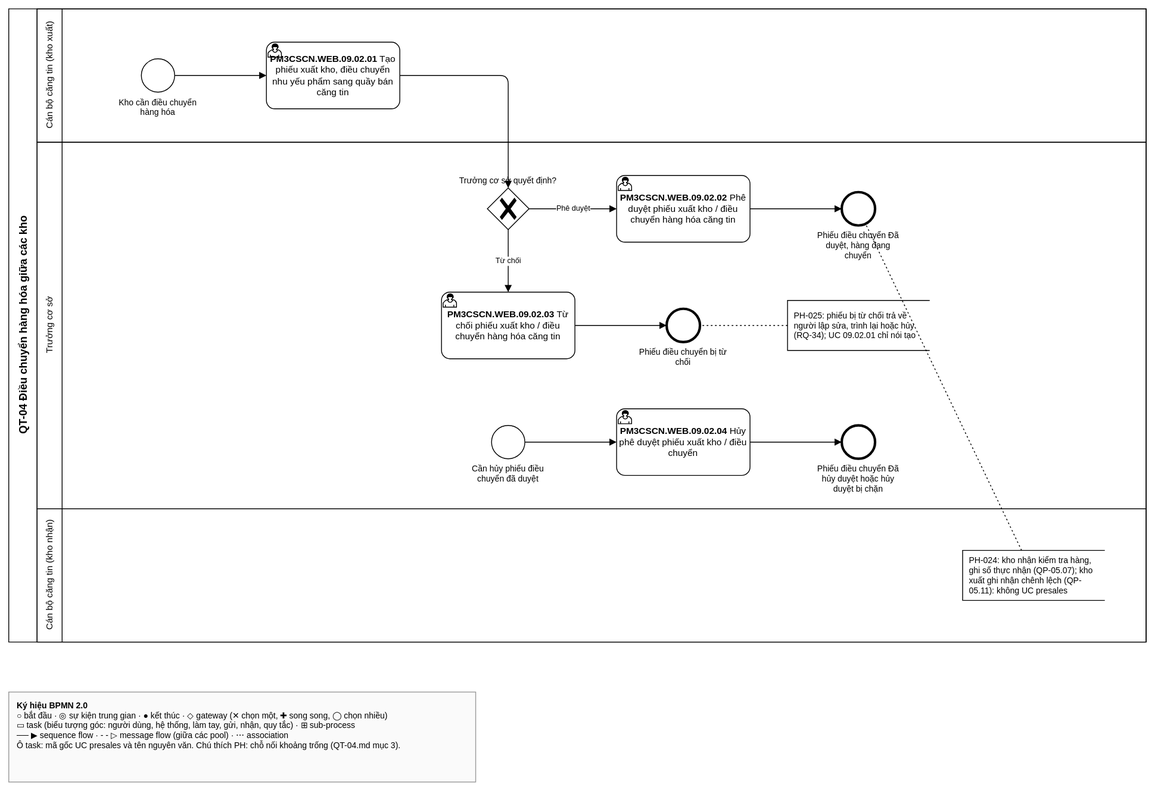
Before: 1-ba-init/0-dau-vao/ban-do-quy-trinh/cap-2/QT-04-dieu-chuyen-kho/QT-04.drawio.svg, a diagram exported from draw.io (phongnq12/StudyPM3). Source tidied: cells renumbered, new cells last; positions are measured from the earlier drawing's top-left corner, leaving out a move shared by most shapes. The source it was exported from:
```xml
<mxGraphModel>
  <root>
    <mxCell id="0" />
    <mxCell id="1" parent="0" />
    <mxCell id="2" value="QT-04 Điều chuyển hàng hóa giữa các kho" style="swimlane;html=1;horizontal=0;startSize=34;fillColor=none;fontSize=13;fontStyle=1;bpmn=pool;" parent="1" vertex="1">
      <mxGeometry width="1364" height="760" as="geometry" />
    </mxCell>
    <mxCell id="3" value="Cán bộ căng tin (kho xuất)" style="swimlane;html=1;horizontal=0;startSize=30;fillColor=none;fontSize=11;fontStyle=0;bpmn=lane;" parent="2" vertex="1">
      <mxGeometry x="34" width="1330" height="160" as="geometry" />
    </mxCell>
    <mxCell id="4" value="Kho cần điều chuyển hàng hóa" style="shape=mxgraph.bpmn.event;html=1;verticalLabelPosition=bottom;verticalAlign=top;align=center;whiteSpace=wrap;perimeter=ellipsePerimeter;outlineConnect=0;fontSize=10;labelWidth=110;outline=standard;symbol=general;bpmn=start:none:;" parent="3" vertex="1">
      <mxGeometry x="125" y="60" width="40" height="40" as="geometry" />
    </mxCell>
    <mxCell id="5" value="&lt;b&gt;PM3CSCN.WEB.09.02.01&lt;/b&gt; Tạo phiếu xuất kho, điều chuyển nhu yếu phẩm sang quầy bán căng tin" style="shape=mxgraph.bpmn.task;whiteSpace=wrap;html=1;rectStyle=rounded;size=10;fontSize=11;verticalAlign=middle;fillColor=#ffffff;strokeColor=#000000;taskMarker=user;bpmn=task:user;" parent="3" vertex="1">
      <mxGeometry x="275" y="40" width="160" height="80" as="geometry" />
    </mxCell>
    <mxCell id="6" value="Trưởng cơ sở" style="swimlane;html=1;horizontal=0;startSize=30;fillColor=none;fontSize=11;fontStyle=0;bpmn=lane;" parent="2" vertex="1">
      <mxGeometry x="34" y="160" width="1330" height="440" as="geometry" />
    </mxCell>
    <mxCell id="7" value="Trưởng cơ sở quyết định?" style="shape=mxgraph.bpmn.gateway2;html=1;verticalLabelPosition=top;verticalAlign=bottom;align=center;whiteSpace=wrap;perimeter=rhombusPerimeter;outlineConnect=0;fontSize=10;labelWidth=130;outline=none;symbol=none;gwType=exclusive;bpmn=gateway:xor;" parent="6" vertex="1">
      <mxGeometry x="540" y="55" width="50" height="50" as="geometry" />
    </mxCell>
    <mxCell id="8" value="&lt;b&gt;PM3CSCN.WEB.09.02.02&lt;/b&gt; Phê duyệt phiếu xuất kho / điều chuyển hàng hóa căng tin" style="shape=mxgraph.bpmn.task;whiteSpace=wrap;html=1;rectStyle=rounded;size=10;fontSize=11;verticalAlign=middle;fillColor=#ffffff;strokeColor=#000000;taskMarker=user;bpmn=task:user;" parent="6" vertex="1">
      <mxGeometry x="695" y="40" width="160" height="80" as="geometry" />
    </mxCell>
    <mxCell id="9" value="Phiếu điều chuyển Đã duyệt, hàng đang chuyển" style="shape=mxgraph.bpmn.event;html=1;verticalLabelPosition=bottom;verticalAlign=top;align=center;whiteSpace=wrap;perimeter=ellipsePerimeter;outlineConnect=0;fontSize=10;labelWidth=110;outline=end;symbol=general;bpmn=end:none:;" parent="6" vertex="1">
      <mxGeometry x="965" y="60" width="40" height="40" as="geometry" />
    </mxCell>
    <mxCell id="10" value="&lt;b&gt;PM3CSCN.WEB.09.02.03&lt;/b&gt; Từ chối phiếu xuất kho / điều chuyển hàng hóa căng tin" style="shape=mxgraph.bpmn.task;whiteSpace=wrap;html=1;rectStyle=rounded;size=10;fontSize=11;verticalAlign=middle;fillColor=#ffffff;strokeColor=#000000;taskMarker=user;bpmn=task:user;" parent="6" vertex="1">
      <mxGeometry x="485" y="180" width="160" height="80" as="geometry" />
    </mxCell>
    <mxCell id="11" value="Phiếu điều chuyển bị từ chối" style="shape=mxgraph.bpmn.event;html=1;verticalLabelPosition=bottom;verticalAlign=top;align=center;whiteSpace=wrap;perimeter=ellipsePerimeter;outlineConnect=0;fontSize=10;labelWidth=110;outline=end;symbol=general;bpmn=end:none:;" parent="6" vertex="1">
      <mxGeometry x="755" y="200" width="40" height="40" as="geometry" />
    </mxCell>
    <mxCell id="12" value="Cần hủy phiếu điều chuyển đã duyệt" style="shape=mxgraph.bpmn.event;html=1;verticalLabelPosition=bottom;verticalAlign=top;align=center;whiteSpace=wrap;perimeter=ellipsePerimeter;outlineConnect=0;fontSize=10;labelWidth=110;outline=standard;symbol=general;bpmn=start:none:;" parent="6" vertex="1">
      <mxGeometry x="545" y="340" width="40" height="40" as="geometry" />
    </mxCell>
    <mxCell id="13" value="&lt;b&gt;PM3CSCN.WEB.09.02.04&lt;/b&gt; Hủy phê duyệt phiếu xuất kho / điều chuyển" style="shape=mxgraph.bpmn.task;whiteSpace=wrap;html=1;rectStyle=rounded;size=10;fontSize=11;verticalAlign=middle;fillColor=#ffffff;strokeColor=#000000;taskMarker=user;bpmn=task:user;" parent="6" vertex="1">
      <mxGeometry x="695" y="320" width="160" height="80" as="geometry" />
    </mxCell>
    <mxCell id="14" value="Phiếu điều chuyển Đã hủy duyệt hoặc hủy duyệt bị chặn" style="shape=mxgraph.bpmn.event;html=1;verticalLabelPosition=bottom;verticalAlign=top;align=center;whiteSpace=wrap;perimeter=ellipsePerimeter;outlineConnect=0;fontSize=10;labelWidth=110;outline=end;symbol=general;bpmn=end:none:;" parent="6" vertex="1">
      <mxGeometry x="965" y="340" width="40" height="40" as="geometry" />
    </mxCell>
    <mxCell id="15" value="PH-025: phiếu bị từ chối trả về người lập sửa, trình lại hoặc hủy (RQ-34); UC 09.02.01 chỉ nói tạo" style="shape=partialRectangle;html=1;top=1;left=1;bottom=1;right=0;fillColor=none;align=left;verticalAlign=middle;spacingLeft=6;whiteSpace=wrap;fontSize=10;bpmn=note;" parent="6" vertex="1">
      <mxGeometry x="900" y="190" width="170" height="60" as="geometry" />
    </mxCell>
    <mxCell id="16" value="Cán bộ căng tin (kho nhận)" style="swimlane;html=1;horizontal=0;startSize=30;fillColor=none;fontSize=11;fontStyle=0;bpmn=lane;" parent="2" vertex="1">
      <mxGeometry x="34" y="600" width="1330" height="160" as="geometry" />
    </mxCell>
    <mxCell id="17" value="PH-024: kho nhận kiểm tra hàng, ghi số thực nhận (QP-05.07); kho xuất ghi nhận chênh lệch (QP-05.11): không UC presales" style="shape=partialRectangle;html=1;top=1;left=1;bottom=1;right=0;fillColor=none;align=left;verticalAlign=middle;spacingLeft=6;whiteSpace=wrap;fontSize=10;bpmn=note;" parent="16" vertex="1">
      <mxGeometry x="1110" y="50" width="170" height="60" as="geometry" />
    </mxCell>
    <mxCell id="18" style="edgeStyle=orthogonalEdgeStyle;rounded=1;html=1;endArrow=block;endFill=1;fontSize=9;labelBackgroundColor=#ffffff;bpmn=seq;" parent="1" edge="1" source="4" target="5">
      <mxGeometry relative="1" as="geometry" />
    </mxCell>
    <mxCell id="19" style="edgeStyle=orthogonalEdgeStyle;rounded=1;html=1;endArrow=block;endFill=1;fontSize=9;labelBackgroundColor=#ffffff;exitX=1;exitY=0.5;exitDx=0;exitDy=0;entryX=0.5;entryY=0;entryDx=0;entryDy=0;bpmn=seq;" parent="1" edge="1" source="5" target="7">
      <mxGeometry relative="1" as="geometry" />
    </mxCell>
    <mxCell id="20" value="Phê duyệt" style="edgeStyle=orthogonalEdgeStyle;rounded=1;html=1;endArrow=block;endFill=1;fontSize=9;labelBackgroundColor=#ffffff;bpmn=seq;" parent="1" edge="1" source="7" target="8">
      <mxGeometry relative="1" as="geometry" />
    </mxCell>
    <mxCell id="21" value="Từ chối" style="edgeStyle=orthogonalEdgeStyle;rounded=1;html=1;endArrow=block;endFill=1;fontSize=9;labelBackgroundColor=#ffffff;exitX=0.5;exitY=1;exitDx=0;exitDy=0;entryX=0.5;entryY=0;entryDx=0;entryDy=0;bpmn=seq;" parent="1" edge="1" source="7" target="10">
      <mxGeometry relative="1" as="geometry" />
    </mxCell>
    <mxCell id="22" style="edgeStyle=orthogonalEdgeStyle;rounded=1;html=1;endArrow=block;endFill=1;fontSize=9;labelBackgroundColor=#ffffff;bpmn=seq;" parent="1" edge="1" source="8" target="9">
      <mxGeometry relative="1" as="geometry" />
    </mxCell>
    <mxCell id="23" style="edgeStyle=orthogonalEdgeStyle;rounded=1;html=1;endArrow=block;endFill=1;fontSize=9;labelBackgroundColor=#ffffff;bpmn=seq;" parent="1" edge="1" source="10" target="11">
      <mxGeometry relative="1" as="geometry" />
    </mxCell>
    <mxCell id="24" style="edgeStyle=orthogonalEdgeStyle;rounded=1;html=1;endArrow=block;endFill=1;fontSize=9;labelBackgroundColor=#ffffff;bpmn=seq;" parent="1" edge="1" source="12" target="13">
      <mxGeometry relative="1" as="geometry" />
    </mxCell>
    <mxCell id="25" style="edgeStyle=orthogonalEdgeStyle;rounded=1;html=1;endArrow=block;endFill=1;fontSize=9;labelBackgroundColor=#ffffff;bpmn=seq;" parent="1" edge="1" source="13" target="14">
      <mxGeometry relative="1" as="geometry" />
    </mxCell>
    <mxCell id="26" style="edgeStyle=none;html=1;dashed=1;dashPattern=2 3;endArrow=none;fontSize=9;bpmn=assoc;" parent="1" edge="1" source="17" target="9">
      <mxGeometry relative="1" as="geometry" />
    </mxCell>
    <mxCell id="27" style="edgeStyle=none;html=1;dashed=1;dashPattern=2 3;endArrow=none;fontSize=9;bpmn=assoc;" parent="1" edge="1" source="15" target="11">
      <mxGeometry relative="1" as="geometry" />
    </mxCell>
    <mxCell id="28" value="&lt;b&gt;Ký hiệu BPMN 2.0&lt;/b&gt;&lt;br&gt;○ bắt đầu · ◎ sự kiện trung gian · ● kết thúc · ◇ gateway (✕ chọn một, ✚ song song, ◯ chọn nhiều)&lt;br&gt;▭ task (biểu tượng góc: người dùng, hệ thống, làm tay, gửi, nhận, quy tắc) · ⊞ sub-process&lt;br&gt;── ▶ sequence flow · - - ▷ message flow (giữa các pool) · ⋯ association&lt;br&gt;Ô task: mã gốc UC presales và tên nguyên văn. Chú thích PH: chỗ nối khoảng trống (QT-04.md mục 3)." style="rounded=0;whiteSpace=wrap;html=1;align=left;verticalAlign=top;spacingLeft=8;spacingTop=4;fontSize=10;fillColor=#fafafa;strokeColor=#999999;bpmn=legend;" parent="1" vertex="1">
      <mxGeometry y="820" width="560" height="108" as="geometry" />
    </mxCell>
  </root>
</mxGraphModel>
```
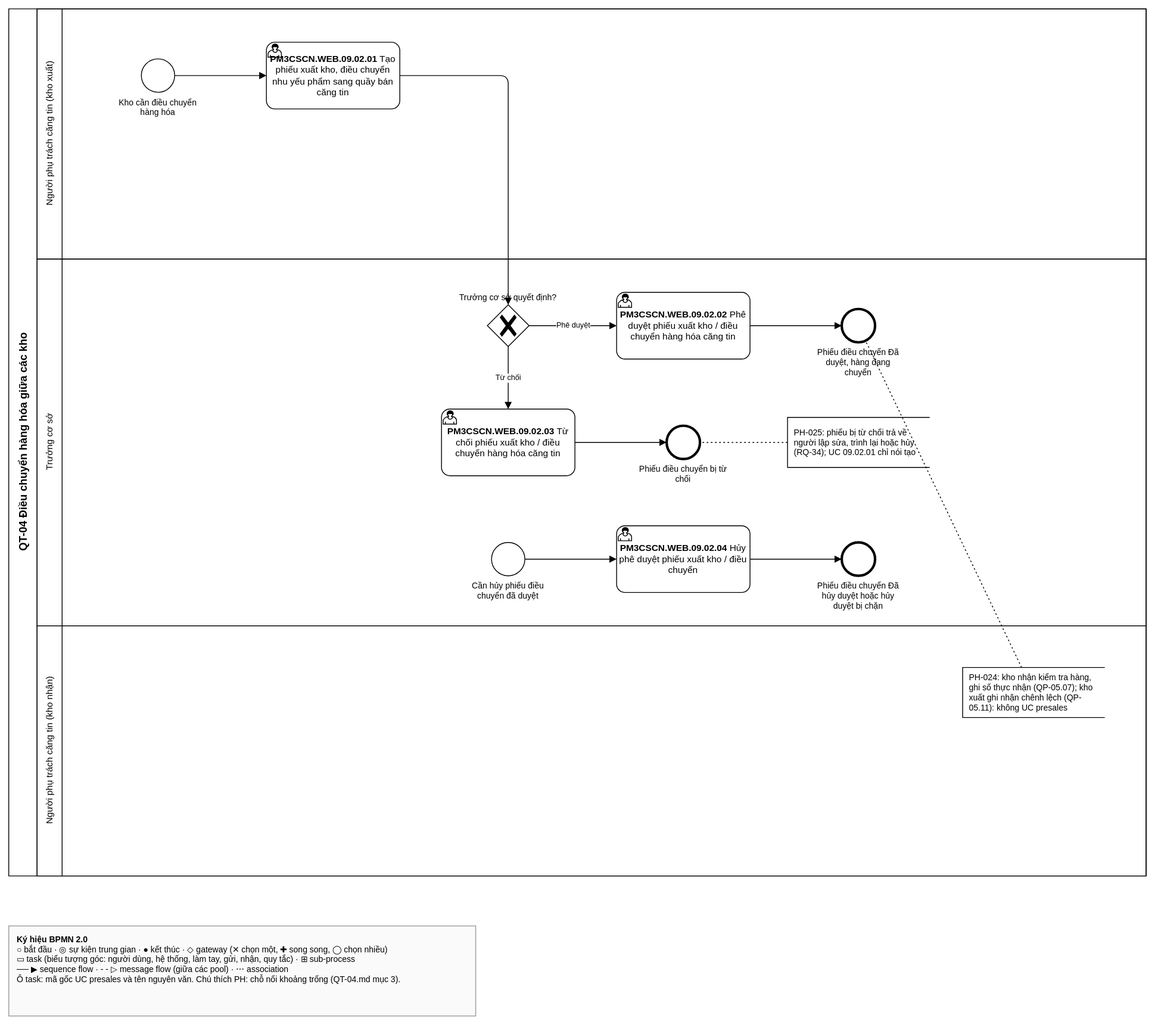
After the commit.

The edit, as a diff of the source:
```diff
@@ -3,10 +3,10 @@
     <mxCell id="0" />
     <mxCell id="1" parent="0" />
     <mxCell id="2" value="QT-04 Điều chuyển hàng hóa giữa các kho" style="swimlane;html=1;horizontal=0;startSize=34;fillColor=none;fontSize=13;fontStyle=1;bpmn=pool;" parent="1" vertex="1">
-      <mxGeometry width="1364" height="760" as="geometry" />
+      <mxGeometry width="1364" height="1040" as="geometry" />
     </mxCell>
-    <mxCell id="3" value="Cán bộ căng tin (kho xuất)" style="swimlane;html=1;horizontal=0;startSize=30;fillColor=none;fontSize=11;fontStyle=0;bpmn=lane;" parent="2" vertex="1">
-      <mxGeometry x="34" width="1330" height="160" as="geometry" />
+    <mxCell id="3" value="Người phụ trách căng tin (kho xuất)" style="swimlane;html=1;horizontal=0;startSize=30;fillColor=none;fontSize=11;fontStyle=0;bpmn=lane;" parent="2" vertex="1">
+      <mxGeometry x="34" width="1330" height="300" as="geometry" />
     </mxCell>
     <mxCell id="4" value="Kho cần điều chuyển hàng hóa" style="shape=mxgraph.bpmn.event;html=1;verticalLabelPosition=bottom;verticalAlign=top;align=center;whiteSpace=wrap;perimeter=ellipsePerimeter;outlineConnect=0;fontSize=10;labelWidth=110;outline=standard;symbol=general;bpmn=start:none:;" parent="3" vertex="1">
       <mxGeometry x="125" y="60" width="40" height="40" as="geometry" />
@@ -15,7 +15,7 @@
       <mxGeometry x="275" y="40" width="160" height="80" as="geometry" />
     </mxCell>
     <mxCell id="6" value="Trưởng cơ sở" style="swimlane;html=1;horizontal=0;startSize=30;fillColor=none;fontSize=11;fontStyle=0;bpmn=lane;" parent="2" vertex="1">
-      <mxGeometry x="34" y="160" width="1330" height="440" as="geometry" />
+      <mxGeometry x="34" y="300" width="1330" height="440" as="geometry" />
     </mxCell>
     <mxCell id="7" value="Trưởng cơ sở quyết định?" style="shape=mxgraph.bpmn.gateway2;html=1;verticalLabelPosition=top;verticalAlign=bottom;align=center;whiteSpace=wrap;perimeter=rhombusPerimeter;outlineConnect=0;fontSize=10;labelWidth=130;outline=none;symbol=none;gwType=exclusive;bpmn=gateway:xor;" parent="6" vertex="1">
       <mxGeometry x="540" y="55" width="50" height="50" as="geometry" />
@@ -44,8 +44,8 @@
     <mxCell id="15" value="PH-025: phiếu bị từ chối trả về người lập sửa, trình lại hoặc hủy (RQ-34); UC 09.02.01 chỉ nói tạo" style="shape=partialRectangle;html=1;top=1;left=1;bottom=1;right=0;fillColor=none;align=left;verticalAlign=middle;spacingLeft=6;whiteSpace=wrap;fontSize=10;bpmn=note;" parent="6" vertex="1">
       <mxGeometry x="900" y="190" width="170" height="60" as="geometry" />
     </mxCell>
-    <mxCell id="16" value="Cán bộ căng tin (kho nhận)" style="swimlane;html=1;horizontal=0;startSize=30;fillColor=none;fontSize=11;fontStyle=0;bpmn=lane;" parent="2" vertex="1">
-      <mxGeometry x="34" y="600" width="1330" height="160" as="geometry" />
+    <mxCell id="16" value="Người phụ trách căng tin (kho nhận)" style="swimlane;html=1;horizontal=0;startSize=30;fillColor=none;fontSize=11;fontStyle=0;bpmn=lane;" parent="2" vertex="1">
+      <mxGeometry x="34" y="740" width="1330" height="300" as="geometry" />
     </mxCell>
     <mxCell id="17" value="PH-024: kho nhận kiểm tra hàng, ghi số thực nhận (QP-05.07); kho xuất ghi nhận chênh lệch (QP-05.11): không UC presales" style="shape=partialRectangle;html=1;top=1;left=1;bottom=1;right=0;fillColor=none;align=left;verticalAlign=middle;spacingLeft=6;whiteSpace=wrap;fontSize=10;bpmn=note;" parent="16" vertex="1">
       <mxGeometry x="1110" y="50" width="170" height="60" as="geometry" />
@@ -81,7 +81,7 @@
       <mxGeometry relative="1" as="geometry" />
     </mxCell>
     <mxCell id="28" value="&lt;b&gt;Ký hiệu BPMN 2.0&lt;/b&gt;&lt;br&gt;○ bắt đầu · ◎ sự kiện trung gian · ● kết thúc · ◇ gateway (✕ chọn một, ✚ song song, ◯ chọn nhiều)&lt;br&gt;▭ task (biểu tượng góc: người dùng, hệ thống, làm tay, gửi, nhận, quy tắc) · ⊞ sub-process&lt;br&gt;── ▶ sequence flow · - - ▷ message flow (giữa các pool) · ⋯ association&lt;br&gt;Ô task: mã gốc UC presales và tên nguyên văn. Chú thích PH: chỗ nối khoảng trống (QT-04.md mục 3)." style="rounded=0;whiteSpace=wrap;html=1;align=left;verticalAlign=top;spacingLeft=8;spacingTop=4;fontSize=10;fillColor=#fafafa;strokeColor=#999999;bpmn=legend;" parent="1" vertex="1">
-      <mxGeometry y="820" width="560" height="108" as="geometry" />
+      <mxGeometry y="1100" width="560" height="108" as="geometry" />
     </mxCell>
   </root>
 </mxGraphModel>
```
